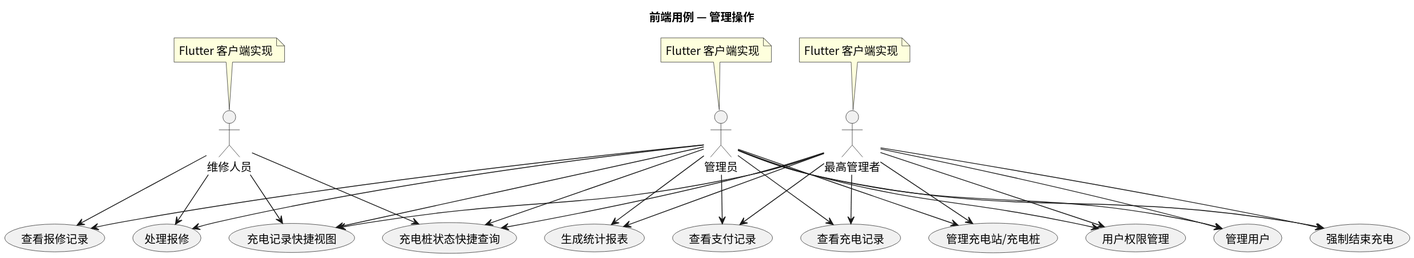
Above: usecase/docs/frontend/img/frontend_admin_usecases.svg in greenhandzdl/charging-station-doc (PlantUML), before the change.
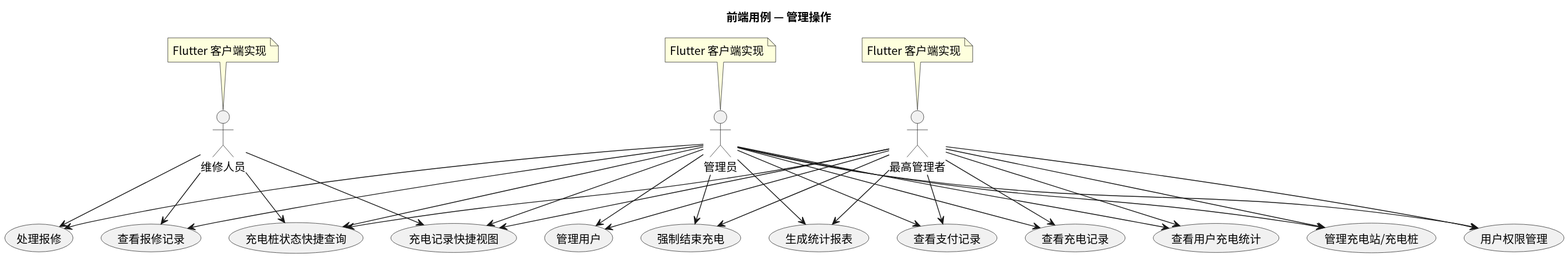
After the commit.

Change to the diagram source:
```diff
@@ -23,6 +23,7 @@
 usecase "查看支付记录" as VPR
 usecase "查看充电记录" as VCR
 usecase "充电记录快捷视图" as QV
+usecase "查看用户充电统计" as UCS
 
 A --> HR
 A --> VR
@@ -35,6 +36,7 @@
 A --> QV
 A --> VCR
 A --> VPR
+A --> UCS
 M --> HR
 M --> VR
 M --> QV
@@ -47,5 +49,6 @@
 SA --> VCR
 SA --> QC
 SA --> QV
-	SA --> VPR
+SA --> VPR
+SA --> UCS
 @enduml
```
